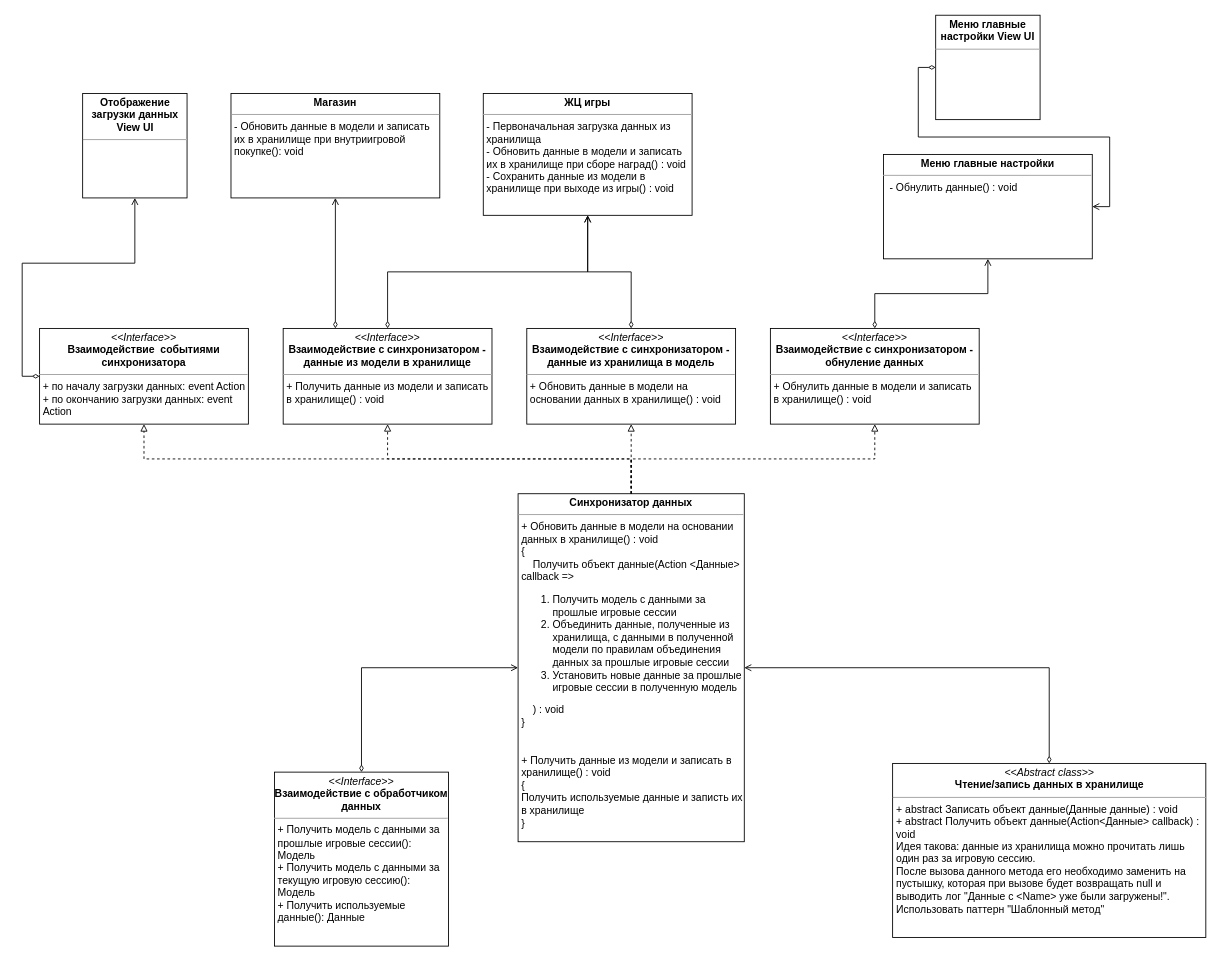
PurposeTo/JumpingDreamer keeps this draw.io diagram as Документация/Проектирование кода/Работа с данными/Синхронизатор данных UML.drawio. Above is the earlier version. Source tidied: cells renumbered, new cells numbered last; positions are measured from the earlier drawing's top-left corner, leaving out a move shared by most shapes. Both pictures are drawn from the tidied source at 87%, with x=0, y=0 at pixel (39, 15).
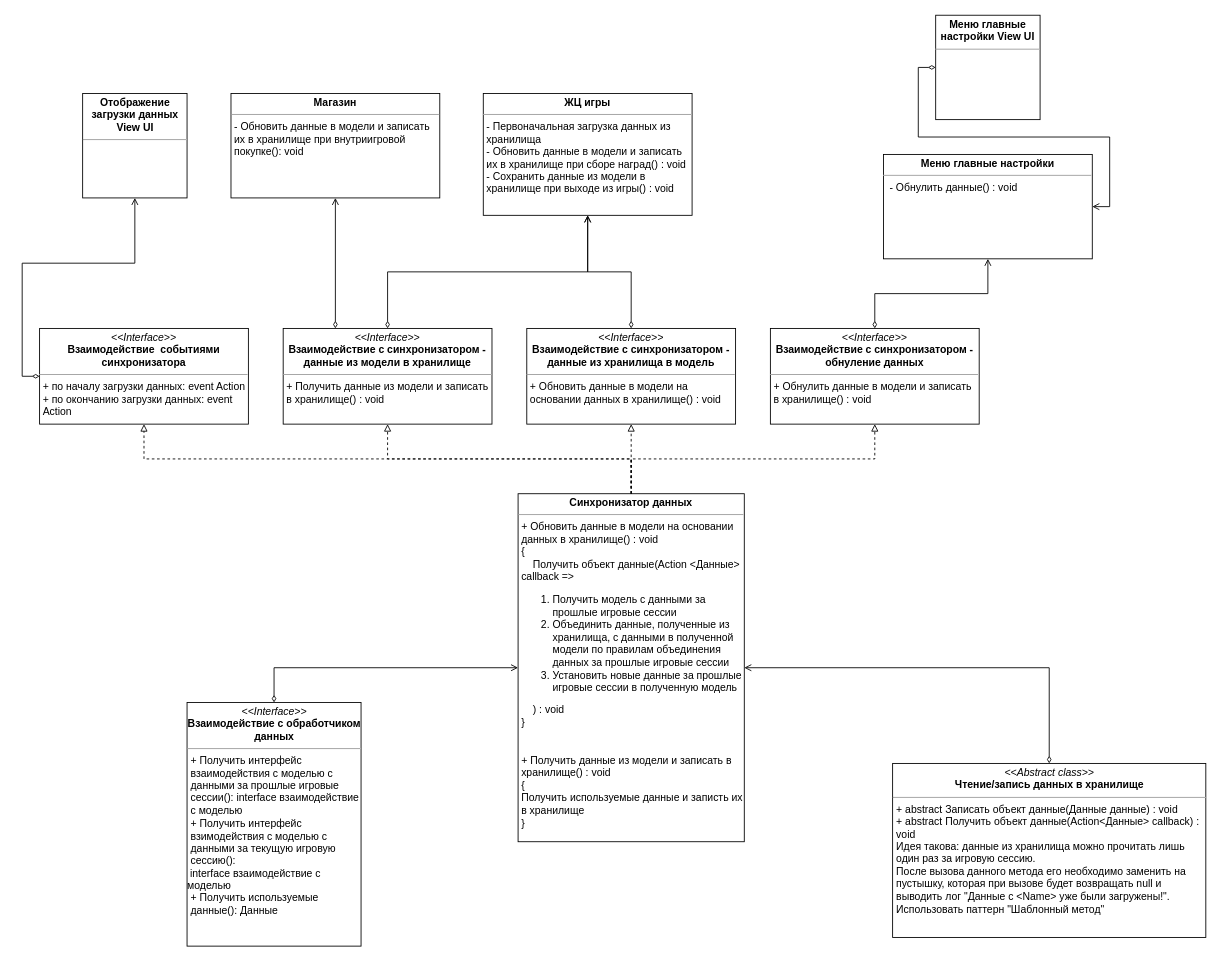
The same diagram, later.

Commit message (it also covers changes not shown here):
Update Работа с данными

The change refers to these unchanged cells:
```xml
<mxCell id="6" value="&lt;p style=&quot;margin: 0px ; margin-top: 4px ; text-align: center&quot;&gt;&lt;b&gt;Синхронизатор данных&lt;/b&gt;&lt;/p&gt;&lt;hr size=&quot;1&quot;&gt;&lt;p style=&quot;margin: 0px 0px 0px 4px&quot;&gt;&lt;span&gt;+ Обновить данные в модели на основании данных в хранилище() : void&lt;/span&gt;&lt;br&gt;&lt;/p&gt;&lt;p style=&quot;margin: 0px ; margin-left: 4px&quot;&gt;{&lt;/p&gt;&lt;p style=&quot;margin: 0px ; margin-left: 4px&quot;&gt;&amp;nbsp; &amp;nbsp; Получить объект данные(Action &amp;lt;Данные&amp;gt; callback =&amp;gt;&lt;/p&gt;&lt;p style=&quot;margin: 0px ; margin-left: 4px&quot;&gt;&lt;/p&gt;&lt;ol&gt;&lt;li&gt;Получить модель с данными за прошлые игровые сессии&lt;br&gt;&lt;/li&gt;&lt;li&gt;Объединить данные, полученные из хранилища, с данными в полученной модели по правилам объединения данных за прошлые игровые сессии&lt;/li&gt;&lt;li&gt;Установить новые данные за прошлые игровые сессии в полученную модель&lt;/li&gt;&lt;/ol&gt;&lt;p&gt;&lt;/p&gt;&lt;p style=&quot;margin: 0px ; margin-left: 4px&quot;&gt;&amp;nbsp; &amp;nbsp; ) : void&amp;nbsp;&lt;br&gt;&lt;/p&gt;&lt;p style=&quot;margin: 0px ; margin-left: 4px&quot;&gt;}&lt;/p&gt;&lt;p style=&quot;margin: 0px ; margin-left: 4px&quot;&gt;&lt;br&gt;&lt;/p&gt;&lt;p style=&quot;margin: 0px ; margin-left: 4px&quot;&gt;&lt;br&gt;&lt;/p&gt;&lt;p style=&quot;margin: 0px 0px 0px 4px&quot;&gt;+ Получить данные из модели и записать в хранилище() : void&lt;br&gt;&lt;/p&gt;&lt;p style=&quot;margin: 0px 0px 0px 4px&quot;&gt;{&lt;/p&gt;&lt;p style=&quot;margin: 0px 0px 0px 4px&quot;&gt;Получить используемые данные и записть их в хранилище&lt;/p&gt;&lt;p style=&quot;margin: 0px 0px 0px 4px&quot;&gt;}&lt;/p&gt;&lt;p&gt;&lt;/p&gt;&lt;p&gt;&lt;/p&gt;" style="verticalAlign=top;align=left;overflow=fill;fontSize=12;fontFamily=Helvetica;html=1;whiteSpace=wrap;" parent="1" vertex="1">
  <mxGeometry x="550" y="550" width="260" height="400" as="geometry" />
</mxCell>
```

What changed in the source:
```diff
@@
-    <mxCell id="4" style="edgeStyle=orthogonalEdgeStyle;rounded=0;jettySize=auto;html=1;exitX=0.5;exitY=0;exitDx=0;exitDy=0;entryX=0;entryY=0.5;entryDx=0;entryDy=0;startArrow=diamondThin;startFill=0;endArrow=open;endFill=0;fontSize=14;" parent="1" edge="1" source="27" target="6">
+    <mxCell id="4" style="edgeStyle=orthogonalEdgeStyle;rounded=0;jettySize=auto;html=1;exitX=0.5;exitY=0;exitDx=0;exitDy=0;entryX=0;entryY=0.5;entryDx=0;entryDy=0;startArrow=diamondThin;startFill=0;endArrow=open;endFill=0;fontSize=14;" parent="1" edge="1" source="28" target="6">
       <mxGeometry relative="1" as="geometry" />
     </mxCell>
@@
-    <mxCell id="27" value="&lt;p style=&quot;margin: 0px ; margin-top: 4px ; text-align: center&quot;&gt;&lt;i&gt;&amp;lt;&amp;lt;Interface&amp;gt;&amp;gt;&lt;/i&gt;&lt;br&gt;&lt;b&gt;Взаимодействие с обработчиком данных&lt;/b&gt;&lt;/p&gt;&lt;hr size=&quot;1&quot;&gt;&lt;p style=&quot;margin: 0px 0px 0px 4px&quot;&gt;+ Получить модель с данными за прошлые игровые сессии(): Модель&lt;/p&gt;&lt;p style=&quot;margin: 0px 0px 0px 4px&quot;&gt;+ Получить модель с данными за текущую игровую сессию(): Модель&lt;/p&gt;&lt;p style=&quot;margin: 0px 0px 0px 4px&quot;&gt;+ Получить используемые данные(): Данные&lt;/p&gt;&lt;br&gt;&lt;p&gt;&lt;/p&gt;" style="verticalAlign=top;align=left;overflow=fill;fontSize=12;fontFamily=Helvetica;html=1;whiteSpace=wrap;" parent="1" vertex="1">
-      <mxGeometry x="270" y="870" width="200" height="200" as="geometry" />
-    </mxCell>
+    <mxCell id="28" value="&lt;p style=&quot;margin: 0px ; margin-top: 4px ; text-align: center&quot;&gt;&lt;i&gt;&amp;lt;&amp;lt;Interface&amp;gt;&amp;gt;&lt;/i&gt;&lt;br&gt;&lt;b&gt;Взаимодействие с обработчиком данных&lt;/b&gt;&lt;/p&gt;&lt;hr size=&quot;1&quot;&gt;&lt;p style=&quot;margin: 0px 0px 0px 4px&quot;&gt;+ Получить интерфейс взаимодействия с моделью с данными за прошлые игровые сессии(): interface взаимодействие с моделью&lt;/p&gt;&lt;p style=&quot;margin: 0px 0px 0px 4px&quot;&gt;+ Получить интерфейс взимодействия с моделью с данными за текущую игровую сессию():&amp;nbsp;&lt;/p&gt;&amp;nbsp;interface взаимодействие с моделью&lt;p style=&quot;margin: 0px 0px 0px 4px&quot;&gt;+ Получить используемые данные(): Данные&lt;/p&gt;&lt;br&gt;&lt;p&gt;&lt;/p&gt;" style="verticalAlign=top;align=left;overflow=fill;fontSize=12;fontFamily=Helvetica;html=1;whiteSpace=wrap;" parent="1" vertex="1">
+      <mxGeometry x="169.5" y="790" width="200" height="280" as="geometry" />
+    </mxCell>
```
